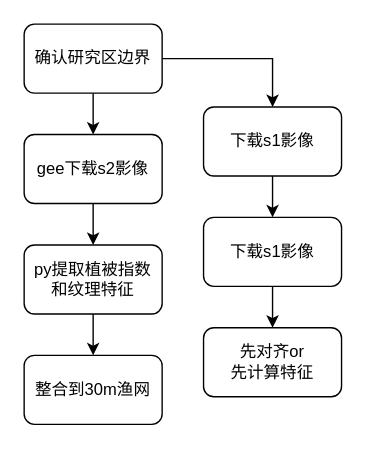
Earlier version of the draw.io diagram sentinel处理.drawio (phemixluo/mydrawio). Source tidied: cells renumbered, new cells numbered last; positions are measured from the earlier drawing's top-left corner, leaving out a move shared by most shapes. Both pictures are drawn from the tidied source at 138%, with x=0, y=0 at pixel (23, 23).
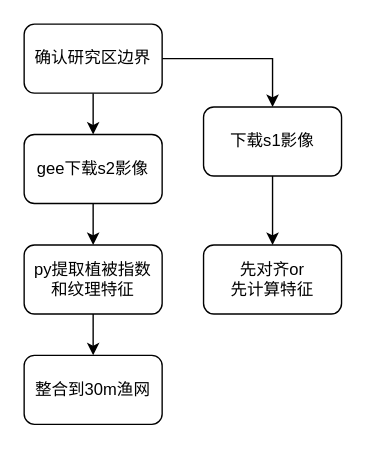
The same page after the edit.

The edit, as a diff of the source:
```diff
@@
 <mxGraphModel>
   <root>
     <mxCell id="0" />
     <mxCell id="1" parent="0" />
     <mxCell id="2" style="edgeStyle=orthogonalEdgeStyle;rounded=0;jettySize=auto;html=1;defaultLabelBackgroundColor=page;labelPadding=0 4;" parent="1" edge="1" source="4" target="6">
       <mxGeometry relative="1" as="geometry" />
     </mxCell>
     <mxCell id="3" style="edgeStyle=orthogonalEdgeStyle;rounded=0;jettySize=auto;html=1;defaultLabelBackgroundColor=page;labelPadding=0 4;" parent="1" edge="1" source="4" target="10">
       <mxGeometry relative="1" as="geometry" />
     </mxCell>
     <mxCell id="4" value="确认研究区边界" style="rounded=1;whiteSpace=wrap;html=1;roundedPerimeter=1;" parent="1" vertex="1">
       <mxGeometry width="100" height="50" as="geometry" />
     </mxCell>
     <mxCell id="5" style="edgeStyle=orthogonalEdgeStyle;rounded=0;jettySize=auto;html=1;defaultLabelBackgroundColor=page;labelPadding=0 4;" parent="1" edge="1" source="6" target="8">
       <mxGeometry relative="1" as="geometry" />
     </mxCell>
     <mxCell id="6" value="gee下载s2影像" style="rounded=1;whiteSpace=wrap;html=1;roundedPerimeter=1;" parent="1" vertex="1">
       <mxGeometry y="80" width="100" height="50" as="geometry" />
     </mxCell>
     <mxCell id="7" style="edgeStyle=orthogonalEdgeStyle;rounded=0;jettySize=auto;html=1;defaultLabelBackgroundColor=page;labelPadding=0 4;" parent="1" edge="1" source="8" target="13">
       <mxGeometry relative="1" as="geometry" />
     </mxCell>
     <mxCell id="8" value="py提取植被指数&lt;br&gt;和纹理特征" style="rounded=1;whiteSpace=wrap;html=1;roundedPerimeter=1;" parent="1" vertex="1">
       <mxGeometry y="160" width="100" height="50" as="geometry" />
     </mxCell>
-    <mxCell id="9" style="edgeStyle=orthogonalEdgeStyle;rounded=0;jettySize=auto;html=1;defaultLabelBackgroundColor=page;labelPadding=0 4;" parent="1" edge="1" source="10" target="12">
-      <mxGeometry relative="1" as="geometry" />
-    </mxCell>
     <mxCell id="10" value="下载s1影像" style="rounded=1;whiteSpace=wrap;html=1;roundedPerimeter=1;" parent="1" vertex="1">
       <mxGeometry x="130" y="60" width="100" height="50" as="geometry" />
     </mxCell>
-    <mxCell id="11" style="edgeStyle=orthogonalEdgeStyle;rounded=0;jettySize=auto;html=1;defaultLabelBackgroundColor=page;labelPadding=0 4;" parent="1" edge="1" source="12" target="14">
+    <mxCell id="11" style="edgeStyle=orthogonalEdgeStyle;rounded=0;jettySize=auto;html=1;defaultLabelBackgroundColor=page;labelPadding=0 4;exitX=0.5;exitY=1;exitDx=0;exitDy=0;" parent="1" edge="1" source="10" target="14">
       <mxGeometry relative="1" as="geometry" />
     </mxCell>
-    <mxCell id="12" value="下载s1影像" style="rounded=1;whiteSpace=wrap;html=1;roundedPerimeter=1;" parent="1" vertex="1">
-      <mxGeometry x="130" y="140" width="100" height="50" as="geometry" />
-    </mxCell>
     <mxCell id="13" value="整合到30m渔网" style="rounded=1;whiteSpace=wrap;html=1;roundedPerimeter=1;" parent="1" vertex="1">
       <mxGeometry y="240" width="100" height="50" as="geometry" />
     </mxCell>
     <mxCell id="14" value="先对齐or&lt;br&gt;先计算特征" style="rounded=1;whiteSpace=wrap;html=1;roundedPerimeter=1;" parent="1" vertex="1">
-      <mxGeometry x="130" y="220" width="100" height="50" as="geometry" />
+      <mxGeometry x="130" y="160" width="100" height="50" as="geometry" />
     </mxCell>
   </root>
 </mxGraphModel>
```
